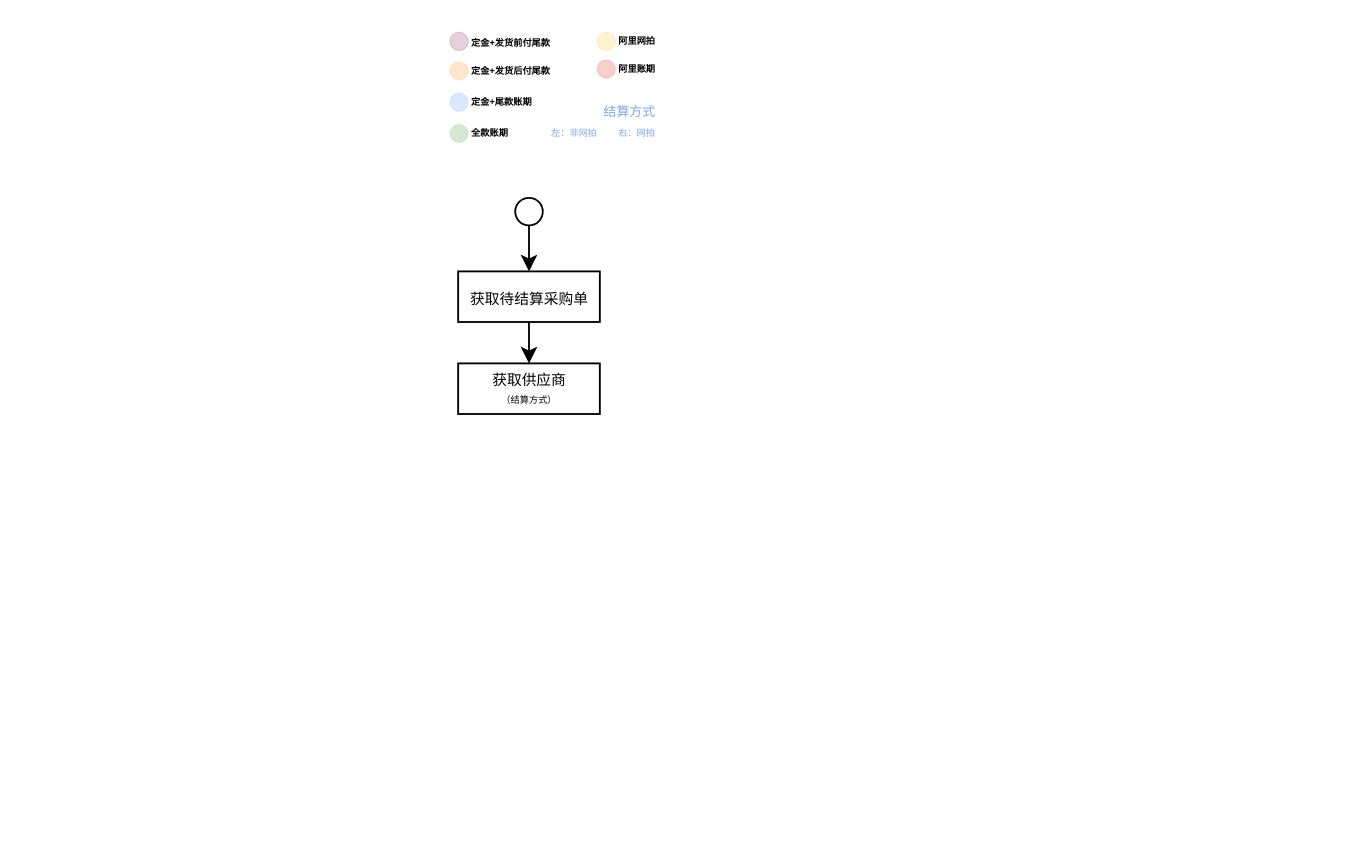
This is XBD采购账单.drawio from unclequentin/diagrams, a draw.io file, before an edit. Source tidied: cells renumbered, new cells numbered last; positions are measured from the earlier drawing's top-left corner, leaving out a move shared by most shapes. Both pictures are drawn from the tidied source at 184%, with x=0, y=0 at pixel (449, 31).
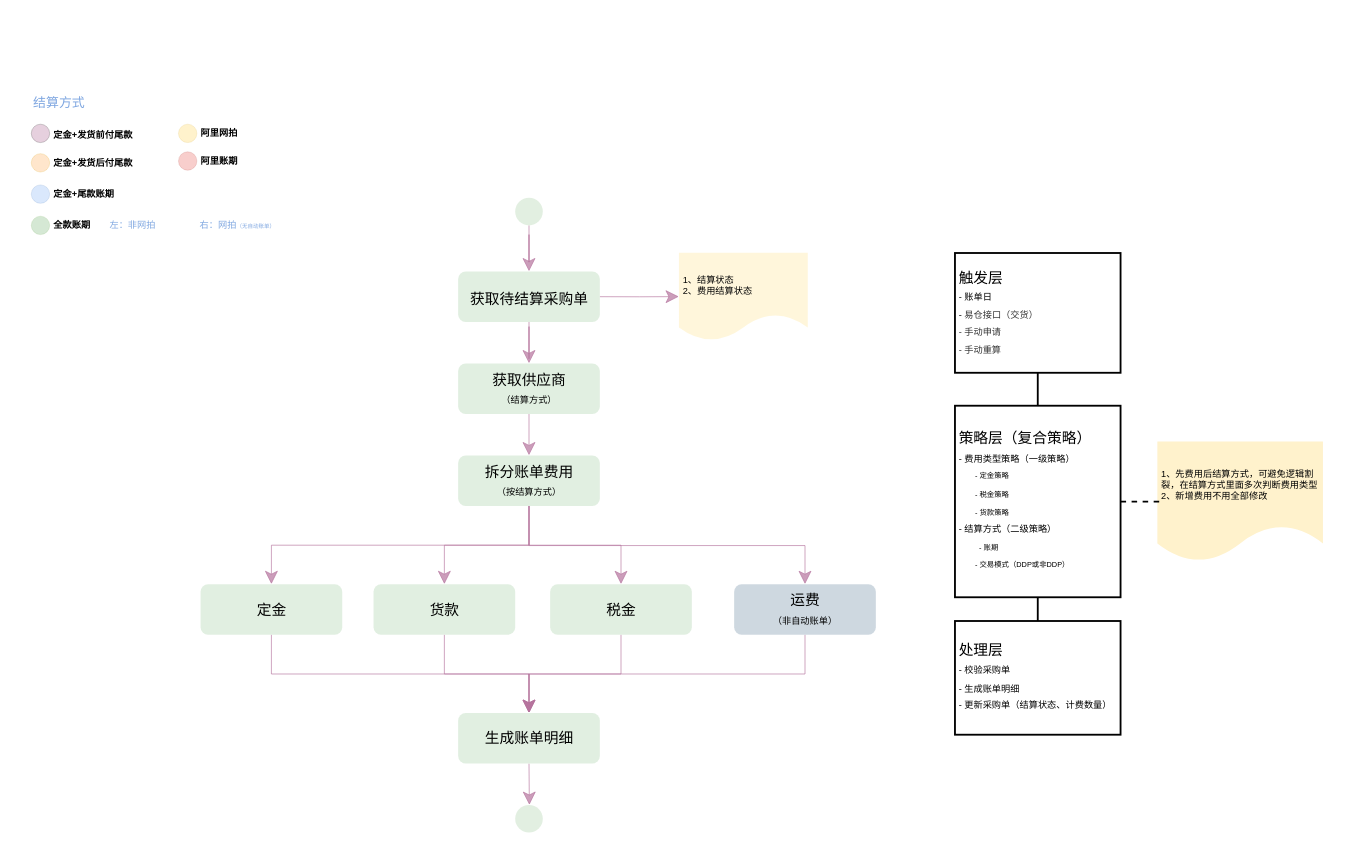
After the change.

Commit message:
更新XBD采购账单.drawio

What changed in the source:
```diff
@@
+    <mxCell id="18" style="edgeStyle=orthogonalEdgeStyle;rounded=0;jettySize=auto;html=1;strokeColor=#B5739D;fillColor=#d5e8d4;opacity=70;strokeWidth=0.5;" parent="1" edge="1" source="19" target="21">
+      <mxGeometry relative="1" as="geometry" />
+    </mxCell>
+    <mxCell id="19" style="strokeWidth=1;html=1;shape=mxgraph.flowchart.start_2;whiteSpace=wrap;strokeColor=none;fillColor=#d5e8d4;opacity=70;" parent="1" vertex="1">
+      <mxGeometry x="35.5" y="90" width="15" height="15" as="geometry" />
+    </mxCell>
+    <mxCell id="20" style="edgeStyle=orthogonalEdgeStyle;rounded=0;jettySize=auto;html=1;strokeColor=#B5739D;fillColor=#d5e8d4;opacity=70;strokeWidth=0.5;" parent="1" edge="1" source="21" target="22">
+      <mxGeometry relative="1" as="geometry" />
+    </mxCell>
+    <mxCell id="23" style="edgeStyle=orthogonalEdgeStyle;rounded=0;jettySize=auto;html=1;exitX=1;exitY=0.5;exitDx=0;exitDy=0;entryX=0;entryY=0.5;entryDx=0;entryDy=0;strokeColor=#B5739D;fillColor=#d5e8d4;opacity=70;strokeWidth=0.5;" parent="1" edge="1" source="21" target="38">
+      <mxGeometry relative="1" as="geometry" />
+    </mxCell>
+    <mxCell id="21" value="&lt;font style=&quot;font-size: 8px;&quot;&gt;获取待结算采购单&lt;/font&gt;" style="whiteSpace=wrap;html=1;strokeWidth=1;fontStyle=0;strokeColor=none;fillColor=#d5e8d4;opacity=70;rounded=1;" parent="1" vertex="1">
+      <mxGeometry x="4.5" y="130" width="77" height="27.5" as="geometry" />
+    </mxCell>
+    <mxCell id="24" style="edgeStyle=orthogonalEdgeStyle;rounded=0;jettySize=auto;html=1;exitX=0.5;exitY=1;exitDx=0;exitDy=0;entryX=0.5;entryY=0;entryDx=0;entryDy=0;strokeColor=#B5739D;fillColor=#d5e8d4;opacity=70;strokeWidth=0.5;" parent="1" edge="1" source="22" target="29">
+      <mxGeometry relative="1" as="geometry" />
+    </mxCell>
+    <mxCell id="22" value="获取供应商&lt;div&gt;&lt;font style=&quot;font-size: 5px;&quot;&gt;（结算方式）&lt;/font&gt;&lt;/div&gt;" style="whiteSpace=wrap;html=1;strokeWidth=1;fontStyle=0;fontSize=8;strokeColor=none;fillColor=#d5e8d4;opacity=70;rounded=1;" parent="1" vertex="1">
+      <mxGeometry x="4.5" y="180" width="77" height="27.5" as="geometry" />
+    </mxCell>
+    <mxCell id="25" style="edgeStyle=orthogonalEdgeStyle;rounded=0;jettySize=auto;html=1;exitX=0.5;exitY=1;exitDx=0;exitDy=0;entryX=0.5;entryY=0;entryDx=0;entryDy=0;strokeColor=#B5739D;fillColor=#d5e8d4;opacity=70;strokeWidth=0.5;" parent="1" edge="1" source="29" target="33">
+      <mxGeometry relative="1" as="geometry" />
+    </mxCell>
+    <mxCell id="26" style="edgeStyle=orthogonalEdgeStyle;rounded=0;jettySize=auto;html=1;exitX=0.5;exitY=1;exitDx=0;exitDy=0;entryX=0.5;entryY=0;entryDx=0;entryDy=0;strokeColor=#B5739D;fillColor=#d5e8d4;opacity=70;strokeWidth=0.5;" parent="1" edge="1" source="29" target="35">
+      <mxGeometry relative="1" as="geometry" />
+    </mxCell>
+    <mxCell id="27" style="edgeStyle=orthogonalEdgeStyle;rounded=0;jettySize=auto;html=1;exitX=0.5;exitY=1;exitDx=0;exitDy=0;entryX=0.5;entryY=0;entryDx=0;entryDy=0;strokeColor=#B5739D;fillColor=#d5e8d4;opacity=70;strokeWidth=0.5;" parent="1" edge="1" source="29" target="37">
+      <mxGeometry relative="1" as="geometry">
+        <Array as="points">
+          <mxPoint x="43.5" y="279" />
+          <mxPoint x="193.5" y="279" />
+        </Array>
+      </mxGeometry>
+    </mxCell>
+    <mxCell id="28" style="edgeStyle=orthogonalEdgeStyle;rounded=0;jettySize=auto;html=1;exitX=0.5;exitY=1;exitDx=0;exitDy=0;entryX=0.5;entryY=0;entryDx=0;entryDy=0;strokeColor=#B5739D;fillColor=#d5e8d4;opacity=70;strokeWidth=0.5;" parent="1" edge="1" source="29" target="31">
+      <mxGeometry relative="1" as="geometry" />
+    </mxCell>
+    <mxCell id="29" value="拆分账单费用&lt;div&gt;&lt;font style=&quot;font-size: 5px;&quot;&gt;（按结算方式）&lt;/font&gt;&lt;/div&gt;" style="whiteSpace=wrap;html=1;strokeWidth=1;fontStyle=0;fontSize=8;strokeColor=none;fillColor=#d5e8d4;opacity=70;rounded=1;" parent="1" vertex="1">
+      <mxGeometry x="4.5" y="230" width="77" height="27.5" as="geometry" />
+    </mxCell>
+    <mxCell id="30" style="edgeStyle=orthogonalEdgeStyle;rounded=0;jettySize=auto;html=1;exitX=0.5;exitY=1;exitDx=0;exitDy=0;strokeColor=#B5739D;fillColor=#d5e8d4;opacity=70;strokeWidth=0.5;" parent="1" edge="1" source="31" target="40">
+      <mxGeometry relative="1" as="geometry" />
+    </mxCell>
+    <mxCell id="31" value="定金" style="whiteSpace=wrap;html=1;strokeWidth=1;fontStyle=0;fontSize=8;strokeColor=none;fillColor=#d5e8d4;opacity=70;rounded=1;" parent="1" vertex="1">
+      <mxGeometry x="-135.5" y="300" width="77" height="27.5" as="geometry" />
+    </mxCell>
+    <mxCell id="32" style="edgeStyle=orthogonalEdgeStyle;rounded=0;jettySize=auto;html=1;exitX=0.5;exitY=1;exitDx=0;exitDy=0;entryX=0.5;entryY=0;entryDx=0;entryDy=0;strokeColor=#B5739D;fillColor=#d5e8d4;opacity=70;strokeWidth=0.5;" parent="1" edge="1" source="33" target="40">
+      <mxGeometry relative="1" as="geometry" />
+    </mxCell>
+    <mxCell id="33" value="货款" style="whiteSpace=wrap;html=1;strokeWidth=1;fontStyle=0;fontSize=8;strokeColor=none;fillColor=#d5e8d4;opacity=70;rounded=1;" parent="1" vertex="1">
+      <mxGeometry x="-41.5" y="300" width="77" height="27.5" as="geometry" />
+    </mxCell>
+    <mxCell id="34" style="edgeStyle=orthogonalEdgeStyle;rounded=0;jettySize=auto;html=1;exitX=0.5;exitY=1;exitDx=0;exitDy=0;entryX=0.5;entryY=0;entryDx=0;entryDy=0;strokeColor=#B5739D;fillColor=#d5e8d4;opacity=70;strokeWidth=0.5;" parent="1" edge="1" source="35" target="40">
+      <mxGeometry relative="1" as="geometry" />
+    </mxCell>
+    <mxCell id="35" value="税金" style="whiteSpace=wrap;html=1;strokeWidth=1;fontStyle=0;fontSize=8;strokeColor=none;fillColor=#d5e8d4;opacity=70;rounded=1;" parent="1" vertex="1">
+      <mxGeometry x="54.5" y="300" width="77" height="27.5" as="geometry" />
+    </mxCell>
+    <mxCell id="36" style="edgeStyle=orthogonalEdgeStyle;rounded=0;jettySize=auto;html=1;exitX=0.5;exitY=1;exitDx=0;exitDy=0;entryX=0.5;entryY=0;entryDx=0;entryDy=0;strokeColor=#B5739D;fillColor=#d5e8d4;opacity=70;strokeWidth=0.5;" parent="1" edge="1" source="37" target="40">
+      <mxGeometry relative="1" as="geometry" />
+    </mxCell>
+    <mxCell id="37" value="运费&lt;div&gt;&lt;font style=&quot;font-size: 5px;&quot;&gt;（非自动账单）&lt;/font&gt;&lt;/div&gt;" style="whiteSpace=wrap;html=1;strokeWidth=1;fontStyle=0;fontSize=8;fillColor=#bac8d3;strokeColor=none;opacity=70;rounded=1;" parent="1" vertex="1">
+      <mxGeometry x="154.5" y="300" width="77" height="27.5" as="geometry" />
+    </mxCell>
+    <mxCell id="38" value="1、结算状态&lt;div&gt;2、费用结算状态&lt;/div&gt;" style="shape=document;whiteSpace=wrap;html=1;boundedLbl=1;fillColor=#fff2cc;strokeColor=none;align=left;fontSize=5;opacity=70;" parent="1" vertex="1">
+      <mxGeometry x="124.5" y="119.8" width="70" height="47.8" as="geometry" />
+    </mxCell>
+    <mxCell id="39" style="edgeStyle=orthogonalEdgeStyle;rounded=0;jettySize=auto;html=1;exitX=0.5;exitY=1;exitDx=0;exitDy=0;strokeColor=#B5739D;fillColor=#d5e8d4;opacity=70;strokeWidth=0.5;" parent="1" edge="1" source="40">
+      <mxGeometry relative="1" as="geometry">
+        <mxPoint x="43.2" y="420" as="targetPoint" />
+      </mxGeometry>
+    </mxCell>
+    <mxCell id="40" value="生成账单明细" style="whiteSpace=wrap;html=1;strokeWidth=1;fontStyle=0;fontSize=8;strokeColor=none;fillColor=#d5e8d4;opacity=70;rounded=1;" parent="1" vertex="1">
+      <mxGeometry x="4.5" y="370" width="77" height="27.5" as="geometry" />
+    </mxCell>
+    <mxCell id="41" style="strokeWidth=1;html=1;shape=mxgraph.flowchart.start_2;whiteSpace=wrap;strokeColor=none;fillColor=#d5e8d4;opacity=70;" parent="1" vertex="1">
+      <mxGeometry x="35.5" y="420" width="15" height="15" as="geometry" />
+    </mxCell>
+    <mxCell id="42" style="group;" parent="1" vertex="1">
+      <mxGeometry x="274.5" y="120" width="200" height="270" as="geometry" />
+    </mxCell>
+    <mxCell id="43" style="edgeStyle=orthogonalEdgeStyle;rounded=0;jettySize=auto;html=1;exitX=0.5;exitY=1;exitDx=0;exitDy=0;entryX=0.5;entryY=0;entryDx=0;entryDy=0;endArrow=none;endFill=0;" parent="42" edge="1" source="44" target="46">
+      <mxGeometry relative="1" as="geometry" />
+    </mxCell>
+    <mxCell id="44" value="触发层&lt;div&gt;&lt;font style=&quot;font-size: 5px;&quot;&gt;- 账单日&lt;/font&gt;&lt;/div&gt;&lt;div&gt;&lt;font style=&quot;font-size: 5px;&quot;&gt;-&amp;nbsp;&lt;/font&gt;&lt;font face=&quot;Helvetica&quot; style=&quot;font-size: 5px;&quot;&gt;&lt;span style=&quot;text-indent: -16.8pt; background-color: transparent; color: rgb(51, 51, 51); letter-spacing: 0pt; vertical-align: baseline;&quot;&gt;易仓&lt;/span&gt;&lt;span style=&quot;text-indent: -16.8pt; background-color: transparent; color: rgb(51, 51, 51); letter-spacing: 0pt; vertical-align: baseline;&quot;&gt;接口（交货）&lt;/span&gt;&lt;/font&gt;&lt;/div&gt;&lt;div&gt;&lt;font face=&quot;Helvetica&quot; style=&quot;font-size: 5px;&quot;&gt;&lt;span style=&quot;text-indent: -16.8pt; background-color: transparent; color: rgb(51, 51, 51); letter-spacing: 0pt; vertical-align: baseline;&quot;&gt;- 手动申请&lt;/span&gt;&lt;/font&gt;&lt;/div&gt;&lt;div&gt;&lt;font face=&quot;Helvetica&quot; style=&quot;font-size: 5px;&quot;&gt;&lt;span style=&quot;text-indent: -16.8pt; background-color: transparent; color: rgb(51, 51, 51); letter-spacing: 0pt; vertical-align: baseline;&quot;&gt;- 手动重算&lt;/span&gt;&lt;/font&gt;&lt;/div&gt;&lt;div style=&quot;font-size: medium;&quot;&gt;&lt;/div&gt;" style="whiteSpace=wrap;html=1;strokeWidth=1;fontStyle=0;fontSize=8;align=left;" parent="42" vertex="1">
+      <mxGeometry width="90" height="65.1" as="geometry" />
+    </mxCell>
+    <mxCell id="45" style="edgeStyle=orthogonalEdgeStyle;rounded=0;jettySize=auto;html=1;exitX=0.5;exitY=1;exitDx=0;exitDy=0;entryX=0.5;entryY=0;entryDx=0;entryDy=0;endArrow=none;endFill=0;" parent="42" edge="1" source="46" target="47">
+      <mxGeometry relative="1" as="geometry" />
+    </mxCell>
+    <mxCell id="46" value="策略层（复合策略）&lt;div&gt;&lt;font style=&quot;font-size: 5px;&quot;&gt;-&amp;nbsp;&lt;/font&gt;&lt;span style=&quot;font-size: 5px; background-color: transparent; color: light-dark(rgb(0, 0, 0), rgb(255, 255, 255));&quot;&gt;费用类型策略（一级策略）&lt;/span&gt;&lt;/div&gt;&lt;span style=&quot;font-size: 4px; background-color: transparent; color: light-dark(rgb(0, 0, 0), rgb(255, 255, 255)); white-space: pre;&quot;&gt;&#9;&lt;/span&gt;&lt;span style=&quot;font-size: 4px; background-color: transparent; color: light-dark(rgb(0, 0, 0), rgb(255, 255, 255));&quot;&gt;- 定金策略&lt;/span&gt;&lt;br&gt;&lt;span style=&quot;font-size: 4px; background-color: transparent; color: light-dark(rgb(0, 0, 0), rgb(255, 255, 255)); white-space: pre;&quot;&gt;&#9;&lt;/span&gt;&lt;span style=&quot;font-size: 4px; background-color: transparent; color: light-dark(rgb(0, 0, 0), rgb(255, 255, 255));&quot;&gt;- 税金策略&lt;/span&gt;&lt;br&gt;&lt;div&gt;&lt;span style=&quot;background-color: transparent; color: light-dark(rgb(0, 0, 0), rgb(255, 255, 255));&quot;&gt;&lt;font style=&quot;font-size: 4px;&quot;&gt;&lt;span style=&quot;white-space: pre;&quot;&gt;&#9;&lt;/span&gt;- 货款策略&lt;/font&gt;&lt;/span&gt;&lt;/div&gt;&lt;div&gt;&lt;font style=&quot;font-size: 5px;&quot;&gt;-&amp;nbsp;&lt;/font&gt;&lt;span style=&quot;font-size: 5px; background-color: transparent; color: light-dark(rgb(0, 0, 0), rgb(255, 255, 255));&quot;&gt;结算方式（二级策略）&lt;/span&gt;&lt;/div&gt;&lt;div&gt;&lt;span style=&quot;background-color: transparent; color: light-dark(rgb(0, 0, 0), rgb(255, 255, 255));&quot;&gt;&lt;span style=&quot;font-size: 5px; white-space: pre;&quot;&gt;&#9;&lt;/span&gt;&lt;font style=&quot;font-size: 4px;&quot;&gt;- 账期&lt;/font&gt;&lt;br&gt;&lt;/span&gt;&lt;/div&gt;&lt;div&gt;&lt;span style=&quot;background-color: transparent; color: light-dark(rgb(0, 0, 0), rgb(255, 255, 255));&quot;&gt;&lt;font style=&quot;font-size: 4px;&quot;&gt;&lt;span style=&quot;white-space: pre;&quot;&gt;&#9;&lt;/span&gt;- 交易模式（DDP或非DDP）&lt;br&gt;&lt;/font&gt;&lt;/span&gt;&lt;/div&gt;" style="whiteSpace=wrap;html=1;strokeWidth=1;fontStyle=0;fontSize=8;align=left;" parent="42" vertex="1">
+      <mxGeometry y="83" width="90" height="104.1" as="geometry" />
+    </mxCell>
+    <mxCell id="47" value="处理层&lt;div&gt;&lt;font style=&quot;font-size: 5px;&quot;&gt;- 校验采购单&lt;/font&gt;&lt;/div&gt;&lt;div&gt;&lt;font style=&quot;font-size: 5px;&quot;&gt;- 生成账单明细&lt;/font&gt;&lt;/div&gt;&lt;div&gt;&lt;font style=&quot;font-size: 5px;&quot;&gt;- 更新采购单（&lt;/font&gt;&lt;span style=&quot;font-size: 5px; background-color: transparent; color: light-dark(rgb(0, 0, 0), rgb(255, 255, 255));&quot;&gt;结算状态、计费数量&lt;/span&gt;&lt;span style=&quot;font-size: 5px; background-color: transparent; color: light-dark(rgb(0, 0, 0), rgb(255, 255, 255));&quot;&gt;）&lt;/span&gt;&lt;/div&gt;" style="whiteSpace=wrap;html=1;strokeWidth=1;fontStyle=0;fontSize=8;align=left;" parent="42" vertex="1">
+      <mxGeometry y="200" width="90" height="61.8" as="geometry" />
+    </mxCell>
+    <mxCell id="48" value="&lt;font&gt;1、先费用后结算方式，可避免逻辑割裂，在结算方式里面多次判断费用类型&lt;/font&gt;&lt;div&gt;&lt;font&gt;2、新增费用不用全部修改&lt;/font&gt;&lt;/div&gt;" style="shape=document;whiteSpace=wrap;html=1;boundedLbl=1;strokeColor=none;fillColor=#fff2cc;align=left;fontSize=5;" parent="42" vertex="1">
+      <mxGeometry x="110" y="102.5" width="90" height="65.1" as="geometry" />
+    </mxCell>
+    <mxCell id="49" style="edgeStyle=orthogonalEdgeStyle;rounded=0;jettySize=auto;html=1;entryX=0.023;entryY=0.502;entryDx=0;entryDy=0;entryPerimeter=0;dashed=1;endArrow=none;endFill=0;" parent="42" edge="1" source="46" target="48">
+      <mxGeometry relative="1" as="geometry" />
+    </mxCell>
+    <mxCell id="50" style="group;" parent="1" vertex="1">
+      <mxGeometry x="-227.5" y="28" width="140" height="84" as="geometry" />
+    </mxCell>
-    <mxCell id="2" style="group;" parent="1" vertex="1">
-      <mxGeometry width="140" height="62" as="geometry" />
+    <mxCell id="2" style="group;" parent="50" vertex="1">
+      <mxGeometry y="22" width="140" height="62" as="geometry" />
     </mxCell>
+    <mxCell id="12" value="阿里网拍" style="text;html=1;whiteSpace=wrap;strokeColor=none;fillColor=none;align=left;verticalAlign=middle;rounded=0;fontSize=5;fontStyle=1;" parent="2" vertex="1">
+      <mxGeometry x="90" width="50" height="8" as="geometry" />
+    </mxCell>
+    <mxCell id="14" value="阿里账期" style="text;html=1;whiteSpace=wrap;strokeColor=none;fillColor=none;align=left;verticalAlign=middle;rounded=0;fontSize=5;fontStyle=1;" parent="2" vertex="1">
+      <mxGeometry x="90" y="15" width="50" height="8" as="geometry" />
+    </mxCell>
+    <mxCell id="51" style="group;" parent="2" vertex="1">
+      <mxGeometry width="137" height="63" as="geometry" />
+    </mxCell>
-    <mxCell id="3" style="ellipse;whiteSpace=wrap;html=1;fillColor=#E6D0DE;strokeWidth=0;" parent="2" vertex="1">
+    <mxCell id="3" style="ellipse;whiteSpace=wrap;html=1;fillColor=#E6D0DE;strokeWidth=0;" parent="51" vertex="1">
       <mxGeometry width="10" height="10" as="geometry" />
     </mxCell>
-    <mxCell id="4" style="ellipse;whiteSpace=wrap;html=1;fillColor=#ffe6cc;strokeWidth=0;strokeColor=#d79b00;" parent="2" vertex="1">
+    <mxCell id="4" style="ellipse;whiteSpace=wrap;html=1;fillColor=#ffe6cc;strokeWidth=0;strokeColor=#d79b00;" parent="51" vertex="1">
       <mxGeometry y="16" width="10" height="10" as="geometry" />
     </mxCell>
-    <mxCell id="5" value="定金+发货前付尾款" style="text;html=1;whiteSpace=wrap;strokeColor=none;fillColor=none;align=left;verticalAlign=middle;rounded=0;fontSize=5;fontStyle=1;" parent="2" vertex="1">
+    <mxCell id="5" value="定金+发货前付尾款" style="text;html=1;whiteSpace=wrap;strokeColor=none;fillColor=none;align=left;verticalAlign=middle;rounded=0;fontSize=5;fontStyle=1;" parent="51" vertex="1">
       <mxGeometry x="10" y="1" width="50" height="8" as="geometry" />
     </mxCell>
-    <mxCell id="6" value="定金+发货后付尾款" style="text;html=1;whiteSpace=wrap;strokeColor=none;fillColor=none;align=left;verticalAlign=middle;rounded=0;fontSize=5;fontStyle=1;" parent="2" vertex="1">
+    <mxCell id="6" value="定金+发货后付尾款" style="text;html=1;whiteSpace=wrap;strokeColor=none;fillColor=none;align=left;verticalAlign=middle;rounded=0;fontSize=5;fontStyle=1;" parent="51" vertex="1">
       <mxGeometry x="10" y="16" width="50" height="8" as="geometry" />
     </mxCell>
-    <mxCell id="7" style="ellipse;whiteSpace=wrap;html=1;fillColor=#dae8fc;strokeWidth=0;strokeColor=#6c8ebf;" parent="2" vertex="1">
+    <mxCell id="7" style="ellipse;whiteSpace=wrap;html=1;fillColor=#dae8fc;strokeWidth=0;strokeColor=#6c8ebf;" parent="51" vertex="1">
       <mxGeometry y="33" width="10" height="10" as="geometry" />
     </mxCell>
-    <mxCell id="8" value="定金+尾款账期" style="text;html=1;whiteSpace=wrap;strokeColor=none;fillColor=none;align=left;verticalAlign=middle;rounded=0;fontSize=5;fontStyle=1;" parent="2" vertex="1">
+    <mxCell id="8" value="定金+尾款账期" style="text;html=1;whiteSpace=wrap;strokeColor=none;fillColor=none;align=left;verticalAlign=middle;rounded=0;fontSize=5;fontStyle=1;" parent="51" vertex="1">
       <mxGeometry x="10" y="33" width="50" height="8" as="geometry" />
     </mxCell>
-    <mxCell id="9" style="ellipse;whiteSpace=wrap;html=1;fillColor=#d5e8d4;strokeWidth=0;strokeColor=#82b366;" parent="2" vertex="1">
+    <mxCell id="9" style="ellipse;whiteSpace=wrap;html=1;fillColor=#d5e8d4;strokeWidth=0;strokeColor=#82b366;" parent="51" vertex="1">
       <mxGeometry y="50" width="10" height="10" as="geometry" />
     </mxCell>
-    <mxCell id="10" value="全款账期" style="text;html=1;whiteSpace=wrap;strokeColor=none;fillColor=none;align=left;verticalAlign=middle;rounded=0;fontSize=5;fontStyle=1;" parent="2" vertex="1">
+    <mxCell id="10" value="全款账期" style="text;html=1;whiteSpace=wrap;strokeColor=none;fillColor=none;align=left;verticalAlign=middle;rounded=0;fontSize=5;fontStyle=1;" parent="51" vertex="1">
       <mxGeometry x="10" y="50" width="50" height="8" as="geometry" />
     </mxCell>
-    <mxCell id="11" style="ellipse;whiteSpace=wrap;html=1;fillColor=#fff2cc;strokeWidth=0;strokeColor=#d6b656;" parent="2" vertex="1">
+    <mxCell id="11" style="ellipse;whiteSpace=wrap;html=1;fillColor=#fff2cc;strokeWidth=0;strokeColor=#d6b656;" parent="51" vertex="1">
       <mxGeometry x="80" width="10" height="10" as="geometry" />
     </mxCell>
-    <mxCell id="12" value="阿里网拍" style="text;html=1;whiteSpace=wrap;strokeColor=none;fillColor=none;align=left;verticalAlign=middle;rounded=0;fontSize=5;fontStyle=1;" parent="2" vertex="1">
-      <mxGeometry x="90" width="50" height="8" as="geometry" />
-    </mxCell>
-    <mxCell id="13" style="ellipse;whiteSpace=wrap;html=1;fillColor=#f8cecc;strokeWidth=0;strokeColor=#b85450;" parent="2" vertex="1">
+    <mxCell id="13" style="ellipse;whiteSpace=wrap;html=1;fillColor=#f8cecc;strokeWidth=0;strokeColor=#b85450;" parent="51" vertex="1">
       <mxGeometry x="80" y="15" width="10" height="10" as="geometry" />
     </mxCell>
-    <mxCell id="14" value="阿里账期" style="text;html=1;whiteSpace=wrap;strokeColor=none;fillColor=none;align=left;verticalAlign=middle;rounded=0;fontSize=5;fontStyle=1;" parent="2" vertex="1">
-      <mxGeometry x="90" y="15" width="50" height="8" as="geometry" />
-    </mxCell>
-    <mxCell id="15" value="结算方式" style="text;html=1;whiteSpace=wrap;strokeColor=none;fillColor=none;align=center;verticalAlign=middle;rounded=0;fontSize=7;fontColor=#7EA6E0;" parent="2" vertex="1">
-      <mxGeometry x="83" y="33" width="30" height="22" as="geometry" />
-    </mxCell>
-    <mxCell id="16" value="左：非网拍" style="text;html=1;whiteSpace=wrap;strokeColor=none;fillColor=none;align=center;verticalAlign=middle;rounded=0;fontSize=5;fontColor=#7EA6E0;" parent="2" vertex="1">
-      <mxGeometry x="53" y="46" width="30" height="16" as="geometry" />
+    <mxCell id="16" value="左：非网拍" style="text;html=1;whiteSpace=wrap;strokeColor=none;fillColor=none;align=center;verticalAlign=middle;rounded=0;fontSize=5;fontColor=#7EA6E0;" parent="51" vertex="1">
+      <mxGeometry x="40" y="46" width="30" height="16" as="geometry" />
     </mxCell>
-    <mxCell id="17" value="右：网拍" style="text;html=1;whiteSpace=wrap;strokeColor=none;fillColor=none;align=center;verticalAlign=middle;rounded=0;fontSize=5;fontColor=#7EA6E0;" parent="2" vertex="1">
-      <mxGeometry x="87" y="46" width="30" height="16" as="geometry" />
+    <mxCell id="17" value="右：网拍&lt;span style=&quot;font-size: 3px;&quot;&gt;（无自动账单）&lt;/span&gt;" style="text;html=1;whiteSpace=wrap;strokeColor=none;fillColor=none;align=center;verticalAlign=middle;rounded=0;fontSize=5;fontColor=#7EA6E0;" parent="51" vertex="1">
+      <mxGeometry x="87" y="47" width="50" height="16" as="geometry" />
     </mxCell>
-    <mxCell id="18" style="edgeStyle=orthogonalEdgeStyle;rounded=0;jettySize=auto;html=1;" parent="1" edge="1" source="19" target="21">
-      <mxGeometry relative="1" as="geometry" />
-    </mxCell>
-    <mxCell id="19" style="strokeWidth=1;html=1;shape=mxgraph.flowchart.start_2;whiteSpace=wrap;" parent="1" vertex="1">
-      <mxGeometry x="35.5" y="90" width="15" height="15" as="geometry" />
-    </mxCell>
-    <mxCell id="20" style="edgeStyle=orthogonalEdgeStyle;rounded=0;jettySize=auto;html=1;" parent="1" edge="1" source="21" target="22">
-      <mxGeometry relative="1" as="geometry" />
-    </mxCell>
-    <mxCell id="21" value="&lt;font style=&quot;font-size: 8px;&quot;&gt;获取待结算采购单&lt;/font&gt;" style="whiteSpace=wrap;html=1;strokeWidth=1;fontStyle=0;" parent="1" vertex="1">
-      <mxGeometry x="4.5" y="130" width="77" height="27.5" as="geometry" />
-    </mxCell>
-    <mxCell id="22" value="获取供应商&lt;div&gt;&lt;font style=&quot;font-size: 5px;&quot;&gt;（结算方式）&lt;/font&gt;&lt;/div&gt;" style="whiteSpace=wrap;html=1;strokeWidth=1;fontStyle=0;fontSize=8;" parent="1" vertex="1">
-      <mxGeometry x="4.5" y="180" width="77" height="27.5" as="geometry" />
-    </mxCell>
+    <mxCell id="15" value="结算方式" style="text;html=1;whiteSpace=wrap;strokeColor=none;fillColor=none;align=center;verticalAlign=middle;rounded=0;fontSize=7;fontColor=#7EA6E0;" parent="50" vertex="1">
+      <mxGeometry width="30" height="22" as="geometry" />
+    </mxCell>
```
